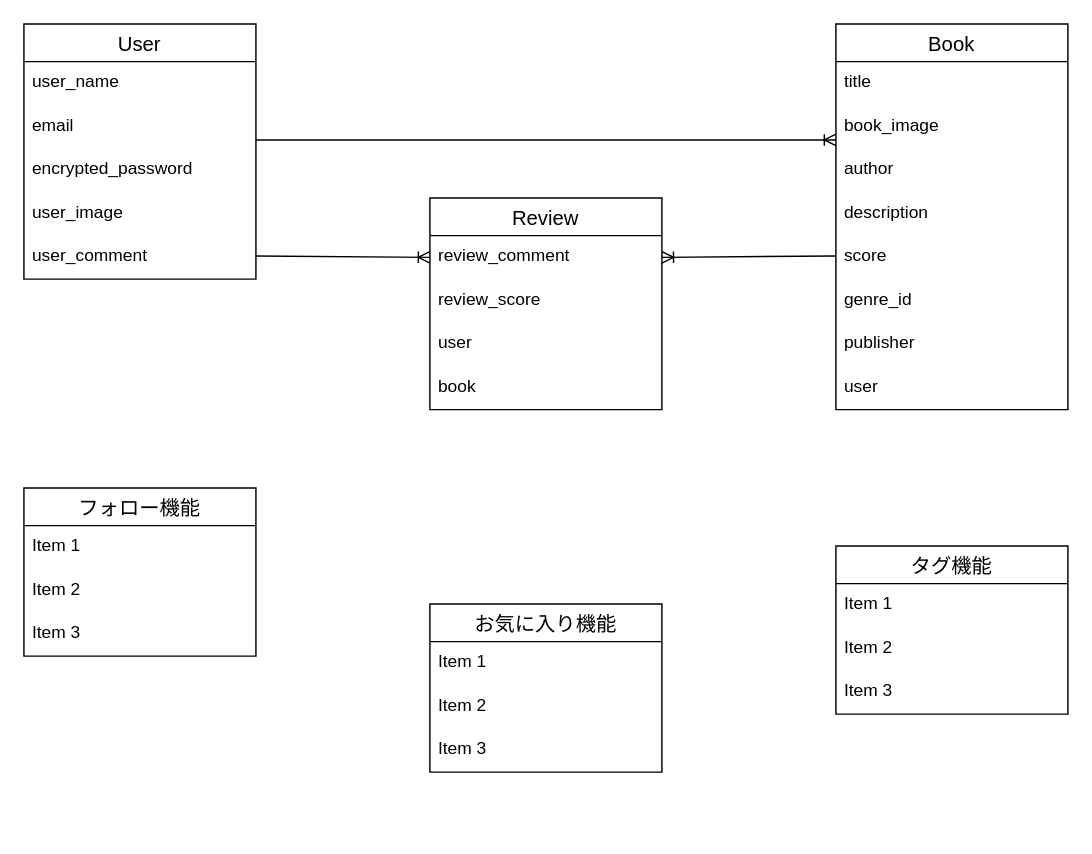
nagawa-hub/honstagram keeps this draw.io diagram as table.dio. Above is the earlier version. Source tidied: cells renumbered, new cells numbered last; positions are measured from the earlier drawing's top-left corner, leaving out a move shared by most shapes. Both pictures are drawn from the tidied source at 145%, with x=0, y=0 at pixel (23, 23).
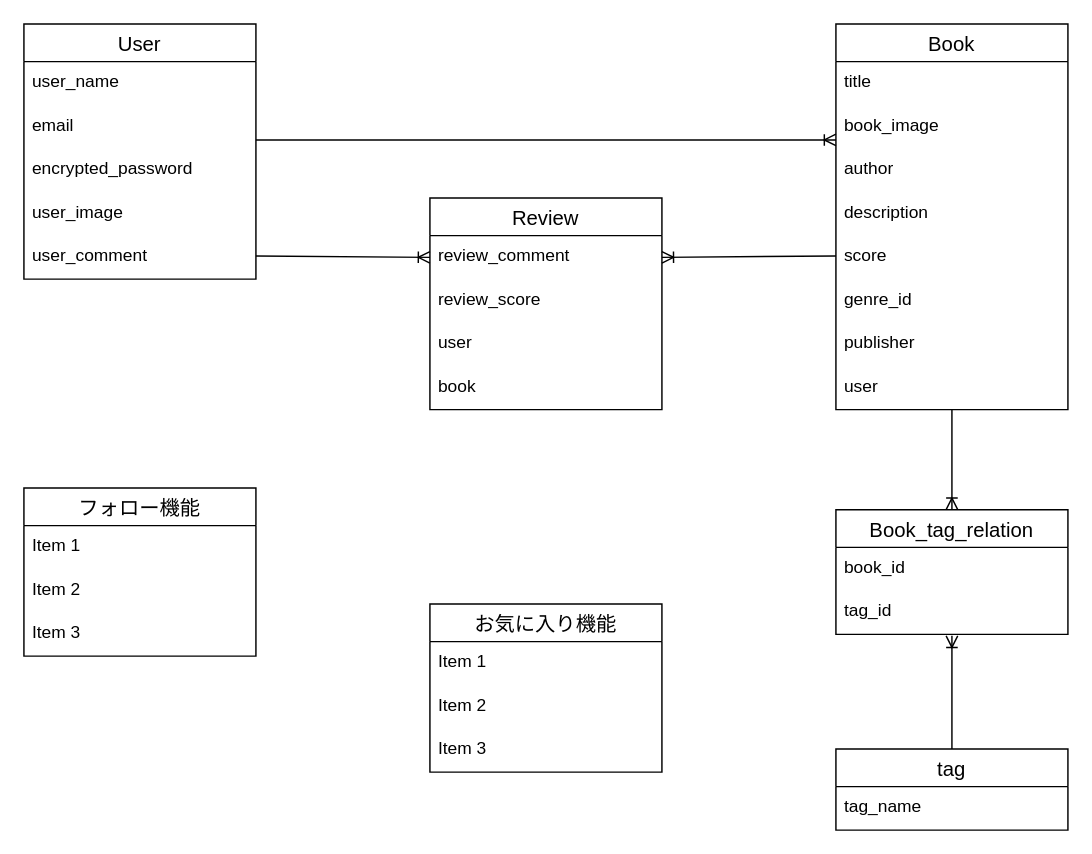
The same page after the edit.

Unchanged cells that the change refers to:
```xml
<mxCell id="8" value="Book" style="swimlane;fontStyle=0;horizontal=1;startSize=26;align=center;fontSize=14;" parent="1" vertex="1">
  <mxGeometry x="560" width="160" height="266" as="geometry" />
</mxCell>
```

What changed in the source:
```diff
@@
+    <mxCell id="37" style="fontSize=12;html=1;endArrow=ERoneToMany;entryX=0.5;entryY=0;entryDx=0;entryDy=0;" parent="8" edge="1" target="38">
+      <mxGeometry relative="1" as="geometry">
+        <mxPoint x="80" y="266" as="sourcePoint" />
+      </mxGeometry>
+    </mxCell>
@@
-    <mxCell id="30" value="タグ機能" style="swimlane;fontStyle=0;horizontal=1;startSize=26;align=center;fontSize=14;" parent="1" vertex="1">
-      <mxGeometry x="560" y="360" width="160" height="116" as="geometry" />
+    <mxCell id="30" value="tag" style="swimlane;fontStyle=0;horizontal=1;startSize=26;align=center;fontSize=14;" parent="1" vertex="1">
+      <mxGeometry x="560" y="500" width="160" height="56" as="geometry" />
     </mxCell>
-    <mxCell id="31" value="Item 1" style="text;strokeColor=none;fillColor=none;spacingLeft=4;spacingRight=4;overflow=hidden;fontSize=12;" parent="30" vertex="1">
+    <mxCell id="31" value="tag_name" style="text;strokeColor=none;fillColor=none;spacingLeft=4;spacingRight=4;overflow=hidden;fontSize=12;" parent="30" vertex="1">
       <mxGeometry y="26" width="160" height="30" as="geometry" />
     </mxCell>
-    <mxCell id="32" value="Item 2" style="text;strokeColor=none;fillColor=none;spacingLeft=4;spacingRight=4;overflow=hidden;fontSize=12;" parent="30" vertex="1">
-      <mxGeometry y="56" width="160" height="30" as="geometry" />
-    </mxCell>
-    <mxCell id="33" value="Item 3" style="text;strokeColor=none;fillColor=none;spacingLeft=4;spacingRight=4;overflow=hidden;fontSize=12;" parent="30" vertex="1">
-      <mxGeometry y="86" width="160" height="30" as="geometry" />
-    </mxCell>
@@
+    <mxCell id="38" value="Book_tag_relation" style="swimlane;fontStyle=0;horizontal=1;startSize=26;align=center;fontSize=14;" parent="1" vertex="1">
+      <mxGeometry x="560" y="335" width="160" height="86" as="geometry" />
+    </mxCell>
+    <mxCell id="39" value="book_id" style="text;strokeColor=none;fillColor=none;spacingLeft=4;spacingRight=4;overflow=hidden;fontSize=12;" parent="38" vertex="1">
+      <mxGeometry y="26" width="160" height="30" as="geometry" />
+    </mxCell>
+    <mxCell id="40" value="tag_id" style="text;strokeColor=none;fillColor=none;spacingLeft=4;spacingRight=4;overflow=hidden;points=[[0,0.5],[1,0.5]];portConstraint=eastwest;fontSize=12;" parent="38" vertex="1">
+      <mxGeometry y="56" width="160" height="30" as="geometry" />
+    </mxCell>
+    <mxCell id="41" style="fontSize=12;html=1;endArrow=ERoneToMany;entryX=0.5;entryY=1.033;entryDx=0;entryDy=0;entryPerimeter=0;" parent="1" edge="1" target="40">
+      <mxGeometry relative="1" as="geometry">
+        <mxPoint x="640" y="500" as="sourcePoint" />
+      </mxGeometry>
+    </mxCell>
```
